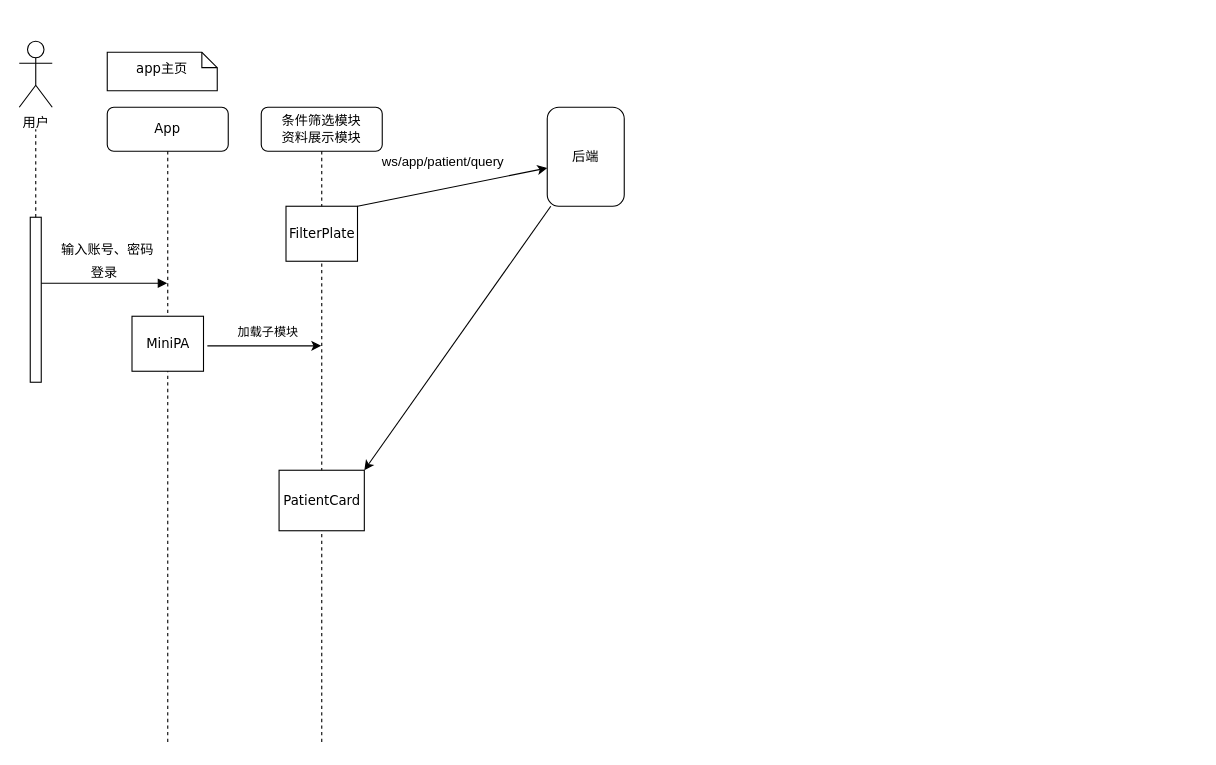
This is Untitled Diagram.drawio from xingshijun/myBlog, a draw.io file, before an edit. Source tidied: cells renumbered, new cells numbered last; positions are measured from the earlier drawing's top-left corner, leaving out a move shared by most shapes. Both pictures are drawn from the tidied source at 110%, with x=0, y=0 at pixel (19, 41).
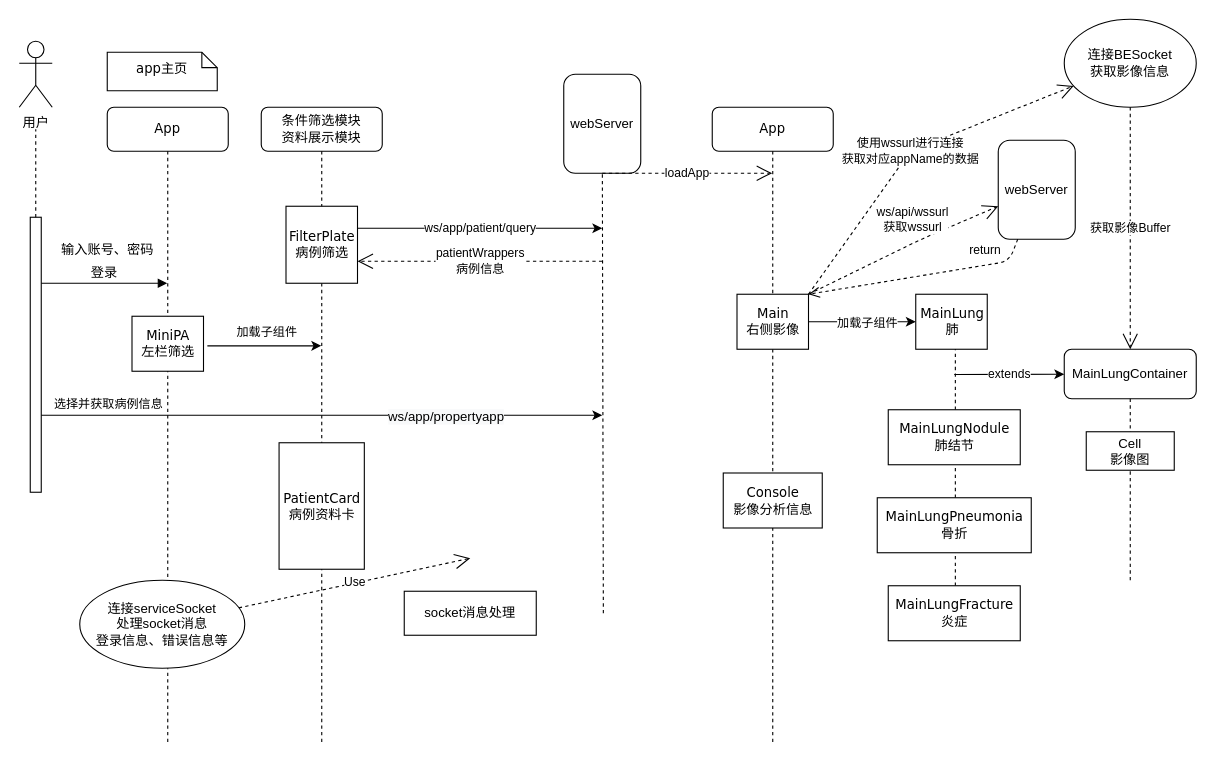
Above is the later version.

Unchanged cells that the change refers to:
```xml
<mxCell id="2" value="条件筛选模块&lt;br&gt;资料展示模块" style="shape=umlLifeline;perimeter=lifelinePerimeter;whiteSpace=wrap;html=1;outlineConnect=0;rounded=1;shadow=0;comic=0;labelBackgroundColor=none;strokeWidth=1;fontFamily=Verdana;fontSize=12;align=center;" parent="1" vertex="1">
  <mxGeometry x="220" y="60" width="110" height="580" as="geometry" />
</mxCell>
<mxCell id="4" value="App" style="shape=umlLifeline;perimeter=lifelinePerimeter;whiteSpace=wrap;html=1;outlineConnect=0;rounded=1;shadow=0;comic=0;labelBackgroundColor=none;strokeWidth=1;fontFamily=Verdana;fontSize=12;align=center;" parent="1" vertex="1">
  <mxGeometry x="80" y="60" width="110" height="580" as="geometry" />
</mxCell>
<mxCell id="12" style="endArrow=classic;html=1;exitX=1.054;exitY=0.538;exitDx=0;exitDy=0;exitPerimeter=0;" parent="1" edge="1" source="5" target="2">
  <mxGeometry relative="1" as="geometry" />
</mxCell>
```

What changed in the source:
```diff
@@
-    <mxCell id="3" value="FilterPlate" style="html=1;points=[];perimeter=orthogonalPerimeter;rounded=0;shadow=0;comic=0;labelBackgroundColor=none;strokeWidth=1;fontFamily=Verdana;fontSize=12;align=center;" parent="2" vertex="1">
-      <mxGeometry x="22.5" y="90" width="65" height="50" as="geometry" />
+    <mxCell id="3" value="FilterPlate&lt;br&gt;病例筛选" style="html=1;points=[];perimeter=orthogonalPerimeter;rounded=0;shadow=0;comic=0;labelBackgroundColor=none;strokeWidth=1;fontFamily=Verdana;fontSize=12;align=center;" parent="2" vertex="1">
+      <mxGeometry x="22.5" y="90" width="65" height="70" as="geometry" />
     </mxCell>
@@
-    <mxCell id="5" value="MiniPA" style="html=1;points=[];perimeter=orthogonalPerimeter;rounded=0;shadow=0;comic=0;labelBackgroundColor=none;strokeWidth=1;fontFamily=Verdana;fontSize=12;align=center;" parent="4" vertex="1">
+    <mxCell id="5" value="MiniPA&lt;br&gt;左栏筛选" style="html=1;points=[];perimeter=orthogonalPerimeter;rounded=0;shadow=0;comic=0;labelBackgroundColor=none;strokeWidth=1;fontFamily=Verdana;fontSize=12;align=center;" parent="4" vertex="1">
       <mxGeometry x="22.5" y="190" width="65" height="50" as="geometry" />
     </mxCell>
@@
     <mxCell id="8" style="html=1;points=[];perimeter=orthogonalPerimeter;rounded=0;shadow=0;comic=0;labelBackgroundColor=none;strokeWidth=1;fontFamily=Verdana;fontSize=12;align=center;" parent="1" vertex="1">
-      <mxGeometry x="10" y="160" width="10" height="150" as="geometry" />
+      <mxGeometry x="10" y="160" width="10" height="250" as="geometry" />
     </mxCell>
@@
-    <mxCell id="13" value="加载子模块" style="edgeLabel;html=1;align=center;verticalAlign=middle;" parent="12" vertex="1">
+    <mxCell id="13" value="加载子组件" style="edgeLabel;html=1;align=center;verticalAlign=middle;" parent="12" vertex="1">
       <mxGeometry x="0.3" y="-3" relative="1" as="geometry">
-        <mxPoint x="-13" y="-16" as="offset" />
+        <mxPoint x="-14" y="-16" as="offset" />
       </mxGeometry>
     </mxCell>
-    <mxCell id="14" value="PatientCard" style="html=1;points=[];perimeter=orthogonalPerimeter;rounded=0;shadow=0;comic=0;labelBackgroundColor=none;strokeWidth=1;fontFamily=Verdana;fontSize=12;align=center;" parent="1" vertex="1">
-      <mxGeometry x="236.2" y="390" width="77.5" height="55" as="geometry" />
+    <mxCell id="14" value="PatientCard&lt;br&gt;病例资料卡" style="html=1;points=[];perimeter=orthogonalPerimeter;rounded=0;shadow=0;comic=0;labelBackgroundColor=none;strokeWidth=1;fontFamily=Verdana;fontSize=12;align=center;" parent="1" vertex="1">
+      <mxGeometry x="236.2" y="365" width="77.5" height="115" as="geometry" />
     </mxCell>
-    <mxCell id="15" style="endArrow=classic;html=1;" parent="1" edge="1" source="3" target="17">
-      <mxGeometry relative="1" as="geometry" />
+    <mxCell id="15" value="ws/app/patient/query" style="endArrow=classic;html=1;startArrow=none;" parent="1" edge="1" source="3">
+      <mxGeometry relative="1" as="geometry">
+        <mxPoint x="530" y="170" as="targetPoint" />
+      </mxGeometry>
     </mxCell>
-    <mxCell id="16" value="ws/app/patient/query" style="text;html=1;align=center;verticalAlign=middle;strokeColor=none;" parent="1" vertex="1">
-      <mxGeometry x="320" y="100" width="130" height="20" as="geometry" />
-    </mxCell>
-    <mxCell id="17" value="后端" style="rounded=1;whiteSpace=wrap;html=1;gradientColor=none;align=center;verticalAlign=middle;" parent="1" vertex="1">
-      <mxGeometry x="480" y="60" width="70" height="90" as="geometry" />
+    <mxCell id="17" value="webServer" style="rounded=1;whiteSpace=wrap;html=1;gradientColor=none;align=center;verticalAlign=middle;" parent="1" vertex="1">
+      <mxGeometry x="495" y="30" width="70" height="90" as="geometry" />
     </mxCell>
-    <mxCell id="18" style="endArrow=classic;html=1;" parent="1" edge="1" source="17" target="14">
-      <mxGeometry relative="1" as="geometry" />
-    </mxCell>
+    <mxCell id="19" value="App" style="shape=umlLifeline;perimeter=lifelinePerimeter;whiteSpace=wrap;html=1;outlineConnect=0;rounded=1;shadow=0;comic=0;labelBackgroundColor=none;strokeWidth=1;fontFamily=Verdana;fontSize=12;align=center;" parent="1" vertex="1">
+      <mxGeometry x="630" y="60" width="110" height="580" as="geometry" />
+    </mxCell>
+    <mxCell id="20" value="Console&lt;br&gt;影像分析信息" style="html=1;perimeter=orthogonalPerimeter;rounded=0;shadow=0;comic=0;labelBackgroundColor=none;strokeWidth=1;fontFamily=Verdana;fontSize=12;align=center;" parent="19" vertex="1">
+      <mxGeometry x="10" y="332.5" width="90" height="50" as="geometry" />
+    </mxCell>
+    <mxCell id="21" value="Main&lt;br&gt;右侧影像" style="html=1;points=[];perimeter=orthogonalPerimeter;rounded=0;shadow=0;comic=0;labelBackgroundColor=none;strokeWidth=1;fontFamily=Verdana;fontSize=12;align=center;" parent="1" vertex="1">
+      <mxGeometry x="652.5" y="230" width="65" height="50" as="geometry" />
+    </mxCell>
+    <mxCell id="22" value="loadApp" style="endArrow=open;endSize=12;dashed=1;html=1;exitX=0.5;exitY=1;exitDx=0;exitDy=0;" parent="1" edge="1" source="17" target="19">
+      <mxGeometry relative="1" as="geometry" />
+    </mxCell>
+    <mxCell id="23" value="连接BESocket&lt;br&gt;获取影像信息" style="ellipse;whiteSpace=wrap;html=1;" parent="1" vertex="1">
+      <mxGeometry x="950" y="-20" width="120" height="80" as="geometry" />
+    </mxCell>
+    <mxCell id="24" value="webServer" style="rounded=1;whiteSpace=wrap;html=1;gradientColor=none;align=center;verticalAlign=middle;" parent="1" vertex="1">
+      <mxGeometry x="890" y="90" width="70" height="90" as="geometry" />
+    </mxCell>
+    <mxCell id="25" value="ws/api/wssurl&lt;br&gt;获取wssurl" style="endArrow=open;endSize=12;dashed=1;html=1;" parent="1" edge="1" source="21" target="24">
+      <mxGeometry x="0.2" y="20" relative="1" as="geometry">
+        <Array as="points">
+          <mxPoint x="820" y="180" />
+        </Array>
+      </mxGeometry>
+    </mxCell>
+    <mxCell id="26" value="return" style="html=1;verticalAlign=bottom;endArrow=open;dashed=1;endSize=8;" parent="1" edge="1" source="24" target="21">
+      <mxGeometry x="-0.58" y="-5" relative="1" as="geometry">
+        <Array as="points">
+          <mxPoint x="900" y="200" />
+        </Array>
+      </mxGeometry>
+    </mxCell>
+    <mxCell id="27" value="使用wssurl进行连接&lt;br&gt;获取对应appName的数据" style="endArrow=open;endSize=12;dashed=1;html=1;" parent="1" edge="1" source="21" target="23">
+      <mxGeometry relative="1" as="geometry">
+        <Array as="points">
+          <mxPoint x="810" y="100" />
+        </Array>
+      </mxGeometry>
+    </mxCell>
+    <mxCell id="28" value="连接serviceSocket&lt;br&gt;处理socket消息&lt;br&gt;登录信息、错误信息等" style="ellipse;whiteSpace=wrap;html=1;" parent="1" vertex="1">
+      <mxGeometry x="55" y="490" width="150" height="80" as="geometry" />
+    </mxCell>
+    <mxCell id="29" value="MainLung&lt;br&gt;肺" style="html=1;points=[];perimeter=orthogonalPerimeter;rounded=0;shadow=0;comic=0;labelBackgroundColor=none;strokeWidth=1;fontFamily=Verdana;fontSize=12;align=center;" parent="1" vertex="1">
+      <mxGeometry x="815" y="230" width="65" height="50" as="geometry" />
+    </mxCell>
+    <mxCell id="30" style="endArrow=classic;html=1;" parent="1" edge="1" source="21" target="29">
+      <mxGeometry relative="1" as="geometry" />
+    </mxCell>
+    <mxCell id="31" value="加载子组件" style="edgeLabel;html=1;align=center;verticalAlign=middle;" parent="30" vertex="1">
+      <mxGeometry x="-0.14" y="-1" relative="1" as="geometry">
+        <mxPoint x="11" y="-1" as="offset" />
+      </mxGeometry>
+    </mxCell>
+    <mxCell id="32" style="endArrow=none;dashed=1;html=1;startArrow=none;" parent="1" edge="1" target="29">
+      <mxGeometry relative="1" as="geometry">
+        <mxPoint x="851" y="335" as="sourcePoint" />
+      </mxGeometry>
+    </mxCell>
+    <mxCell id="33" value="MainLungNodule&lt;br&gt;肺结节" style="html=1;perimeter=orthogonalPerimeter;rounded=0;shadow=0;comic=0;labelBackgroundColor=none;strokeWidth=1;fontFamily=Verdana;fontSize=12;align=center;" parent="1" vertex="1">
+      <mxGeometry x="790" y="335" width="120" height="50" as="geometry" />
+    </mxCell>
+    <mxCell id="34" style="endArrow=none;dashed=1;html=1;startArrow=none;" parent="1" edge="1">
+      <mxGeometry relative="1" as="geometry">
+        <mxPoint x="851" y="415" as="sourcePoint" />
+        <mxPoint x="851" y="385" as="targetPoint" />
+      </mxGeometry>
+    </mxCell>
+    <mxCell id="35" value="MainLungPneumonia&lt;br&gt;骨折" style="html=1;perimeter=orthogonalPerimeter;rounded=0;shadow=0;comic=0;labelBackgroundColor=none;strokeWidth=1;fontFamily=Verdana;fontSize=12;align=center;" parent="1" vertex="1">
+      <mxGeometry x="780" y="415" width="140" height="50" as="geometry" />
+    </mxCell>
+    <mxCell id="36" style="endArrow=none;dashed=1;html=1;startArrow=none;" parent="1" edge="1">
+      <mxGeometry relative="1" as="geometry">
+        <mxPoint x="851" y="495" as="sourcePoint" />
+        <mxPoint x="851" y="465" as="targetPoint" />
+      </mxGeometry>
+    </mxCell>
+    <mxCell id="37" value="MainLungFracture&lt;br&gt;炎症" style="html=1;perimeter=orthogonalPerimeter;rounded=0;shadow=0;comic=0;labelBackgroundColor=none;strokeWidth=1;fontFamily=Verdana;fontSize=12;align=center;" parent="1" vertex="1">
+      <mxGeometry x="790" y="495" width="120" height="50" as="geometry" />
+    </mxCell>
+    <mxCell id="38" value="MainLungContainer" style="rounded=1;whiteSpace=wrap;html=1;" parent="1" vertex="1">
+      <mxGeometry x="950" y="280" width="120" height="45" as="geometry" />
+    </mxCell>
+    <mxCell id="39" value="extends" style="endArrow=classic;html=1;" parent="1" edge="1" target="38">
+      <mxGeometry relative="1" as="geometry">
+        <mxPoint x="850" y="303" as="sourcePoint" />
+      </mxGeometry>
+    </mxCell>
+    <mxCell id="40" style="endArrow=none;dashed=1;html=1;" parent="1" edge="1" target="38">
+      <mxGeometry relative="1" as="geometry">
+        <mxPoint x="1010" y="490" as="sourcePoint" />
+      </mxGeometry>
+    </mxCell>
+    <mxCell id="41" value="Cell&lt;br&gt;影像图" style="rounded=0;whiteSpace=wrap;html=1;" parent="1" vertex="1">
+      <mxGeometry x="970" y="355" width="80" height="35" as="geometry" />
+    </mxCell>
+    <mxCell id="42" value="获取影像Buffer" style="endArrow=open;endSize=12;dashed=1;html=1;exitX=0.5;exitY=1;exitDx=0;exitDy=0;" parent="1" edge="1" source="23" target="38">
+      <mxGeometry relative="1" as="geometry" />
+    </mxCell>
+    <mxCell id="43" value="Use" style="endArrow=open;endSize=12;dashed=1;html=1;" parent="1" edge="1" source="28">
+      <mxGeometry relative="1" as="geometry">
+        <mxPoint x="410" y="470" as="targetPoint" />
+      </mxGeometry>
+    </mxCell>
+    <mxCell id="44" value="socket消息处理" style="rounded=0;whiteSpace=wrap;html=1;" parent="1" vertex="1">
+      <mxGeometry x="350" y="500" width="120" height="40" as="geometry" />
+    </mxCell>
+    <mxCell id="45" style="endArrow=none;dashed=1;html=1;" parent="1" edge="1" target="17">
+      <mxGeometry relative="1" as="geometry">
+        <mxPoint x="531" y="520" as="sourcePoint" />
+      </mxGeometry>
+    </mxCell>
+    <mxCell id="46" value="patientWrappers&lt;br&gt;病例信息" style="endArrow=open;endSize=12;dashed=1;html=1;" parent="1" edge="1" target="3">
+      <mxGeometry relative="1" as="geometry">
+        <mxPoint x="530" y="200" as="sourcePoint" />
+      </mxGeometry>
+    </mxCell>
+    <mxCell id="47" value="选择并获取病例信息" style="endArrow=classic;html=1;" parent="1" edge="1" source="8">
+      <mxGeometry x="-0.76" y="10" relative="1" as="geometry">
+        <mxPoint x="530" y="340" as="targetPoint" />
+      </mxGeometry>
+    </mxCell>
+    <mxCell id="48" value="&lt;span style=&quot;font-size: 12px ; background-color: rgb(248 , 249 , 250)&quot;&gt;ws/app/propertyapp&lt;/span&gt;" style="edgeLabel;html=1;align=center;verticalAlign=middle;" parent="47" vertex="1">
+      <mxGeometry x="0.44" y="-1" relative="1" as="geometry" />
+    </mxCell>
```
